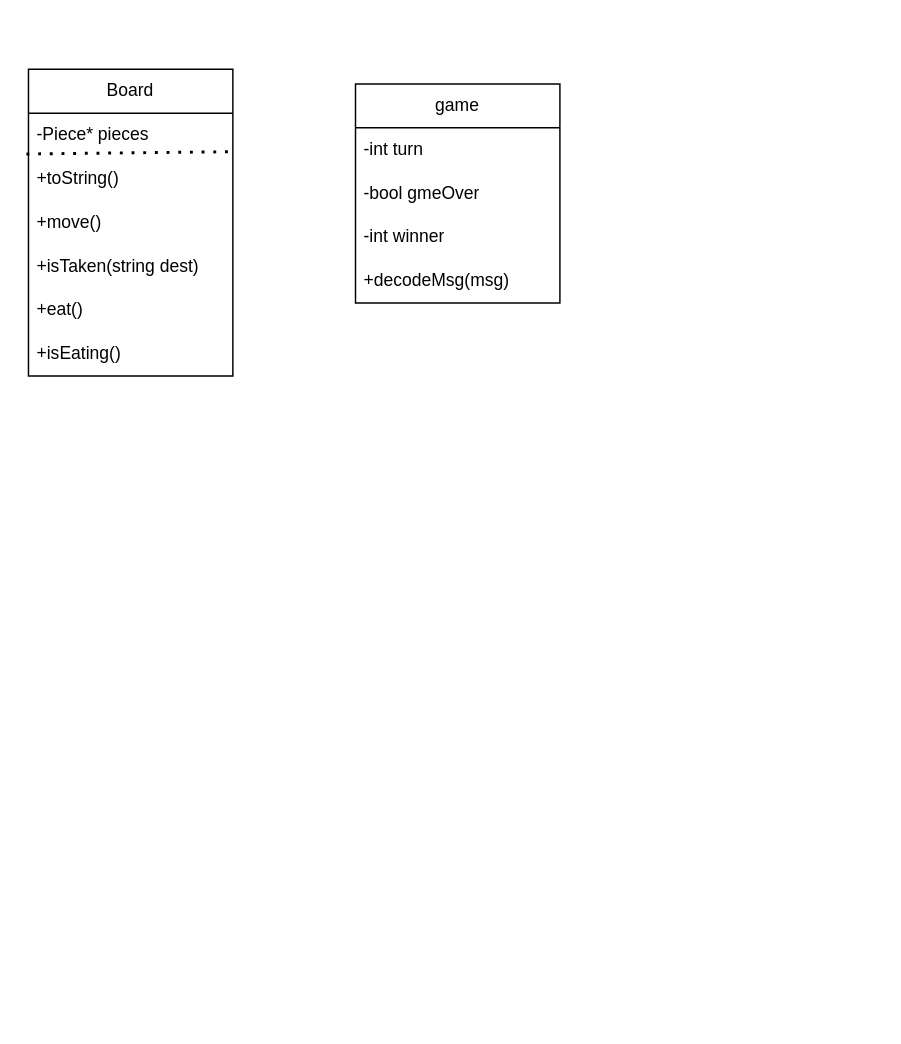
Earlier version of the draw.io diagram ChessDiagram.drawio (yuv76/Chess). Source tidied: cells renumbered, new cells numbered last; positions are measured from the earlier drawing's top-left corner, leaving out a move shared by most shapes. Both pictures are drawn from the tidied source at 146%, with x=0, y=0 at pixel (28, 69).
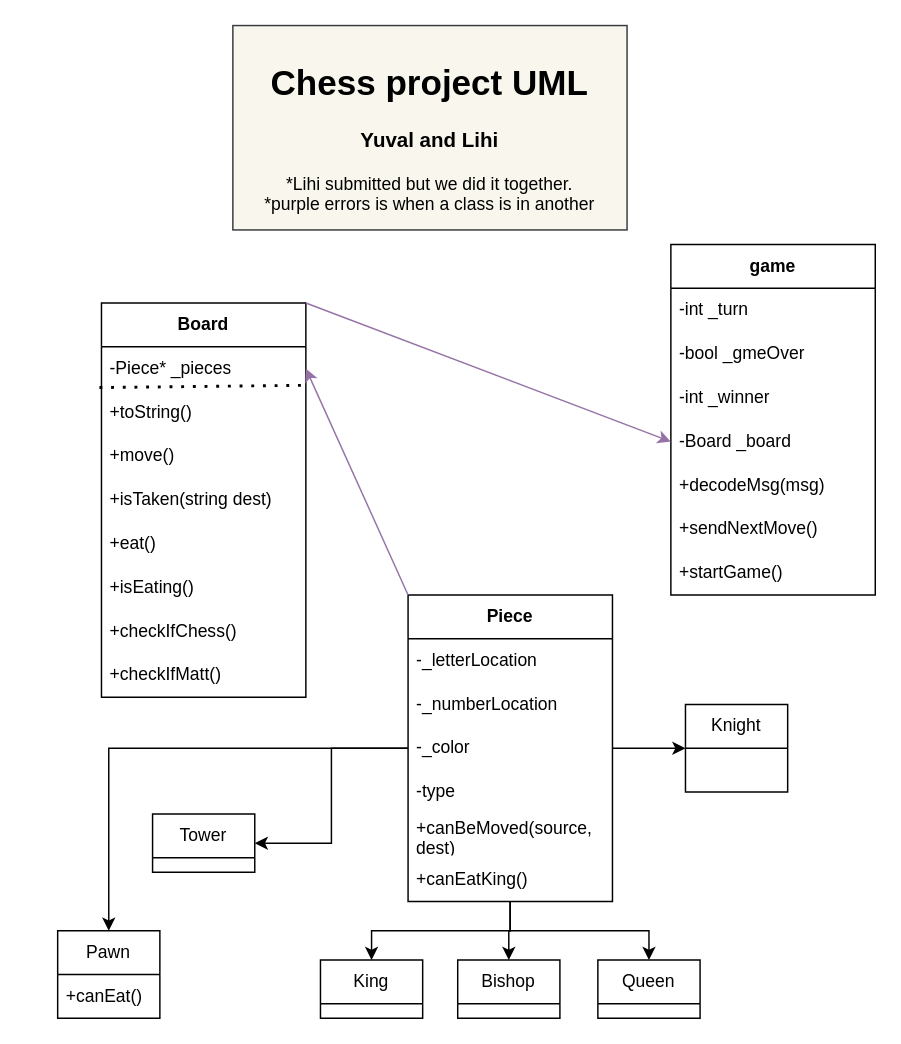
The same diagram, later.

Commit message:
Finished uml

What changed in the source:
```diff
@@
-    <mxCell id="2" value="Board" style="swimlane;fontStyle=0;horizontal=1;startSize=30;whiteSpace=wrap;html=1;" parent="1" vertex="1">
-      <mxGeometry width="140" height="210" as="geometry" />
+    <mxCell id="2" value="&lt;b&gt;Board&lt;/b&gt;" style="swimlane;fontStyle=0;horizontal=1;startSize=30;whiteSpace=wrap;html=1;" parent="1" vertex="1">
+      <mxGeometry x="50" y="160" width="140" height="270" as="geometry" />
     </mxCell>
-    <mxCell id="3" value="-Piece* pieces" style="text;strokeColor=none;fillColor=none;align=left;verticalAlign=middle;spacingLeft=4;spacingRight=4;overflow=hidden;points=[[0,0.5],[1,0.5]];portConstraint=eastwest;whiteSpace=wrap;html=1;" parent="2" vertex="1">
+    <mxCell id="3" value="-Piece* _pieces" style="text;strokeColor=none;fillColor=none;align=left;verticalAlign=middle;spacingLeft=4;spacingRight=4;overflow=hidden;points=[[0,0.5],[1,0.5]];portConstraint=eastwest;whiteSpace=wrap;html=1;" parent="2" vertex="1">
       <mxGeometry y="30" width="140" height="30" as="geometry" />
     </mxCell>
@@
+    <mxCell id="15" value="+checkIfChess()" style="text;strokeColor=none;fillColor=none;align=left;verticalAlign=middle;spacingLeft=4;spacingRight=4;overflow=hidden;whiteSpace=wrap;html=1;" parent="2" vertex="1">
+      <mxGeometry y="210" width="140" height="30" as="geometry" />
+    </mxCell>
+    <mxCell id="16" value="+checkIfMatt()" style="text;strokeColor=none;fillColor=none;align=left;verticalAlign=middle;spacingLeft=4;spacingRight=4;overflow=hidden;whiteSpace=wrap;html=1;" parent="2" vertex="1">
+      <mxGeometry y="240" width="140" height="30" as="geometry" />
+    </mxCell>
-    <mxCell id="10" value="game" style="swimlane;fontStyle=0;horizontal=1;startSize=30;whiteSpace=wrap;html=1;" parent="1" vertex="1">
-      <mxGeometry x="224" y="10" width="140" height="150" as="geometry" />
+    <mxCell id="10" value="&lt;b&gt;game&lt;/b&gt;" style="swimlane;fontStyle=0;horizontal=1;startSize=30;whiteSpace=wrap;html=1;" parent="1" vertex="1">
+      <mxGeometry x="440" y="120" width="140" height="240" as="geometry" />
     </mxCell>
-    <mxCell id="11" value="-int turn" style="text;strokeColor=none;fillColor=none;align=left;verticalAlign=middle;spacingLeft=4;spacingRight=4;overflow=hidden;whiteSpace=wrap;html=1;" parent="10" vertex="1">
+    <mxCell id="11" value="-int _turn" style="text;strokeColor=none;fillColor=none;align=left;verticalAlign=middle;spacingLeft=4;spacingRight=4;overflow=hidden;whiteSpace=wrap;html=1;" parent="10" vertex="1">
       <mxGeometry y="30" width="140" height="30" as="geometry" />
     </mxCell>
-    <mxCell id="12" value="-bool gmeOver" style="text;strokeColor=none;fillColor=none;align=left;verticalAlign=middle;spacingLeft=4;spacingRight=4;overflow=hidden;whiteSpace=wrap;html=1;" parent="10" vertex="1">
+    <mxCell id="12" value="-bool _gmeOver" style="text;strokeColor=none;fillColor=none;align=left;verticalAlign=middle;spacingLeft=4;spacingRight=4;overflow=hidden;whiteSpace=wrap;html=1;" parent="10" vertex="1">
       <mxGeometry y="60" width="140" height="30" as="geometry" />
     </mxCell>
-    <mxCell id="13" value="-int winner" style="text;strokeColor=none;fillColor=none;align=left;verticalAlign=middle;spacingLeft=4;spacingRight=4;overflow=hidden;whiteSpace=wrap;html=1;" parent="10" vertex="1">
+    <mxCell id="13" value="-int _winner" style="text;strokeColor=none;fillColor=none;align=left;verticalAlign=middle;spacingLeft=4;spacingRight=4;overflow=hidden;whiteSpace=wrap;html=1;" parent="10" vertex="1">
       <mxGeometry y="90" width="140" height="30" as="geometry" />
     </mxCell>
+    <mxCell id="17" value="-Board _board" style="text;strokeColor=none;fillColor=none;align=left;verticalAlign=middle;spacingLeft=4;spacingRight=4;overflow=hidden;points=[[0,0.5],[1,0.5]];portConstraint=eastwest;whiteSpace=wrap;html=1;" parent="10" vertex="1">
+      <mxGeometry y="120" width="140" height="30" as="geometry" />
+    </mxCell>
     <mxCell id="14" value="+decodeMsg(msg)" style="text;strokeColor=none;fillColor=none;align=left;verticalAlign=middle;spacingLeft=4;spacingRight=4;overflow=hidden;whiteSpace=wrap;html=1;" parent="10" vertex="1">
-      <mxGeometry y="120" width="140" height="30" as="geometry" />
+      <mxGeometry y="150" width="140" height="30" as="geometry" />
     </mxCell>
+    <mxCell id="18" value="+sendNextMove()" style="text;strokeColor=none;fillColor=none;align=left;verticalAlign=middle;spacingLeft=4;spacingRight=4;overflow=hidden;whiteSpace=wrap;html=1;" parent="10" vertex="1">
+      <mxGeometry y="180" width="140" height="30" as="geometry" />
+    </mxCell>
+    <mxCell id="19" value="+startGame()" style="text;strokeColor=none;fillColor=none;align=left;verticalAlign=middle;spacingLeft=4;spacingRight=4;overflow=hidden;whiteSpace=wrap;html=1;" parent="10" vertex="1">
+      <mxGeometry y="210" width="140" height="30" as="geometry" />
+    </mxCell>
+    <mxCell id="20" style="edgeStyle=orthogonalEdgeStyle;rounded=0;jettySize=auto;html=1;" parent="1" edge="1" source="26" target="35">
+      <mxGeometry relative="1" as="geometry" />
+    </mxCell>
+    <mxCell id="21" style="edgeStyle=orthogonalEdgeStyle;rounded=0;jettySize=auto;html=1;" parent="1" edge="1" source="26" target="36">
+      <mxGeometry relative="1" as="geometry" />
+    </mxCell>
+    <mxCell id="22" style="edgeStyle=orthogonalEdgeStyle;rounded=0;jettySize=auto;html=1;" parent="1" edge="1" source="26" target="37">
+      <mxGeometry relative="1" as="geometry" />
+    </mxCell>
+    <mxCell id="23" style="edgeStyle=orthogonalEdgeStyle;rounded=0;jettySize=auto;html=1;" parent="1" edge="1" source="26" target="38">
+      <mxGeometry relative="1" as="geometry" />
+    </mxCell>
+    <mxCell id="24" style="edgeStyle=orthogonalEdgeStyle;rounded=0;jettySize=auto;html=1;" parent="1" edge="1" source="26" target="39">
+      <mxGeometry relative="1" as="geometry" />
+    </mxCell>
+    <mxCell id="25" style="edgeStyle=orthogonalEdgeStyle;rounded=0;jettySize=auto;html=1;" parent="1" edge="1" source="26" target="40">
+      <mxGeometry relative="1" as="geometry" />
+    </mxCell>
+    <mxCell id="26" value="&lt;b&gt;Piece&lt;/b&gt;" style="swimlane;fontStyle=0;horizontal=1;startSize=30;whiteSpace=wrap;html=1;" parent="1" vertex="1">
+      <mxGeometry x="260" y="360" width="140" height="210" as="geometry" />
+    </mxCell>
+    <mxCell id="27" value="-_letterLocation" style="text;strokeColor=none;fillColor=none;align=left;verticalAlign=middle;spacingLeft=4;spacingRight=4;overflow=hidden;whiteSpace=wrap;html=1;" parent="26" vertex="1">
+      <mxGeometry y="30" width="140" height="30" as="geometry" />
+    </mxCell>
+    <mxCell id="28" value="-_numberLocation" style="text;strokeColor=none;fillColor=none;align=left;verticalAlign=middle;spacingLeft=4;spacingRight=4;overflow=hidden;whiteSpace=wrap;html=1;" parent="26" vertex="1">
+      <mxGeometry y="60" width="140" height="30" as="geometry" />
+    </mxCell>
+    <mxCell id="29" value="-_color" style="text;strokeColor=none;fillColor=none;align=left;verticalAlign=middle;spacingLeft=4;spacingRight=4;overflow=hidden;whiteSpace=wrap;html=1;" parent="26" vertex="1">
+      <mxGeometry y="90" width="140" height="30" as="geometry" />
+    </mxCell>
+    <mxCell id="30" value="-type" style="text;strokeColor=none;fillColor=none;align=left;verticalAlign=middle;spacingLeft=4;spacingRight=4;overflow=hidden;whiteSpace=wrap;html=1;" parent="26" vertex="1">
+      <mxGeometry y="120" width="140" height="30" as="geometry" />
+    </mxCell>
+    <mxCell id="31" value="+canBeMoved(source, dest)" style="text;strokeColor=none;fillColor=none;align=left;verticalAlign=middle;spacingLeft=4;spacingRight=4;overflow=hidden;whiteSpace=wrap;html=1;" parent="26" vertex="1">
+      <mxGeometry y="150" width="140" height="30" as="geometry" />
+    </mxCell>
+    <mxCell id="32" value="+canEatKing()" style="text;strokeColor=none;fillColor=none;align=left;verticalAlign=middle;spacingLeft=4;spacingRight=4;overflow=hidden;whiteSpace=wrap;html=1;" parent="26" vertex="1">
+      <mxGeometry y="180" width="140" height="30" as="geometry" />
+    </mxCell>
+    <mxCell id="33" style="endArrow=classic;html=1;rounded=0;exitX=0;exitY=0;exitDx=0;exitDy=0;entryX=1;entryY=0.5;entryDx=0;entryDy=0;fillColor=#e1d5e7;strokeColor=#9673a6;" parent="1" edge="1" source="26" target="3">
+      <mxGeometry relative="1" as="geometry" />
+    </mxCell>
+    <mxCell id="34" style="endArrow=classic;html=1;rounded=0;exitX=1;exitY=0;exitDx=0;exitDy=0;entryX=0;entryY=0.5;entryDx=0;entryDy=0;fillColor=#e1d5e7;strokeColor=#9673a6;" parent="1" edge="1" source="2" target="17">
+      <mxGeometry relative="1" as="geometry" />
+    </mxCell>
+    <mxCell id="35" value="Tower" style="swimlane;fontStyle=0;horizontal=1;startSize=30;whiteSpace=wrap;html=1;" parent="1" vertex="1">
+      <mxGeometry x="85" y="510" width="70" height="40" as="geometry" />
+    </mxCell>
+    <mxCell id="36" value="King" style="swimlane;fontStyle=0;horizontal=1;startSize=30;whiteSpace=wrap;html=1;" parent="1" vertex="1">
+      <mxGeometry x="200" y="610" width="70" height="40" as="geometry" />
+    </mxCell>
+    <mxCell id="37" value="Knight" style="swimlane;fontStyle=0;horizontal=1;startSize=30;whiteSpace=wrap;html=1;" parent="1" vertex="1">
+      <mxGeometry x="450" y="435" width="70" height="60" as="geometry" />
+    </mxCell>
+    <mxCell id="38" value="Bishop" style="swimlane;fontStyle=0;horizontal=1;startSize=30;whiteSpace=wrap;html=1;" parent="1" vertex="1">
+      <mxGeometry x="294" y="610" width="70" height="40" as="geometry" />
+    </mxCell>
+    <mxCell id="39" value="Queen" style="swimlane;fontStyle=0;horizontal=1;startSize=30;whiteSpace=wrap;html=1;" parent="1" vertex="1">
+      <mxGeometry x="390" y="610" width="70" height="40" as="geometry" />
+    </mxCell>
+    <mxCell id="40" value="Pawn" style="swimlane;fontStyle=0;horizontal=1;startSize=30;whiteSpace=wrap;html=1;" parent="1" vertex="1">
+      <mxGeometry x="20" y="590" width="70" height="60" as="geometry" />
+    </mxCell>
+    <mxCell id="41" value="+canEat()" style="text;strokeColor=none;fillColor=none;align=left;verticalAlign=middle;spacingLeft=4;spacingRight=4;overflow=hidden;whiteSpace=wrap;html=1;" parent="40" vertex="1">
+      <mxGeometry y="30" width="70" height="30" as="geometry" />
+    </mxCell>
+    <mxCell id="42" value="&lt;h1&gt;&lt;b&gt;Chess project UML&lt;/b&gt;&lt;/h1&gt;&lt;h3&gt;Yuval and Lihi&lt;/h3&gt;*Lihi submitted but we did it together.&lt;br&gt;*purple errors is when a class is in another" style="rounded=0;whiteSpace=wrap;html=1;fillColor=#f9f7ed;strokeColor=#36393d;" parent="1" vertex="1">
+      <mxGeometry x="140" y="-30" width="270" height="140" as="geometry" />
+    </mxCell>
```
